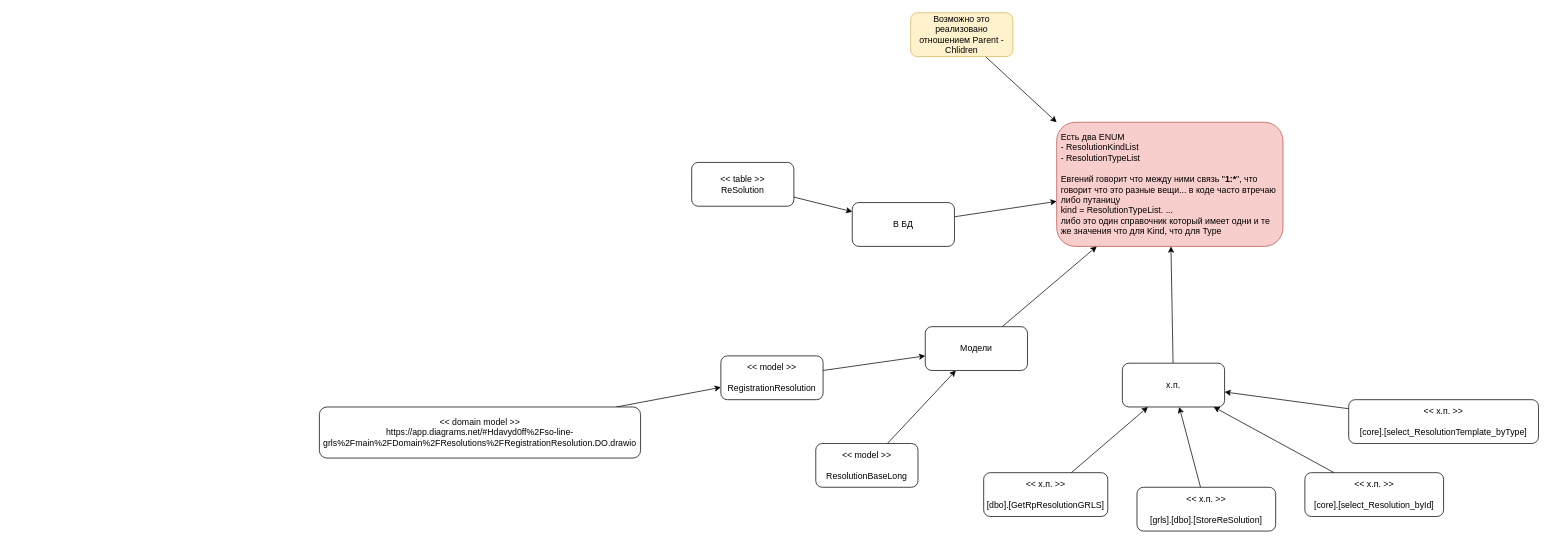
Before: Domain/Resolutions/TypeResolutionVSKindResolution.drawio in davyd0ff/so-line-grls, a draw.io diagram. Source tidied: cells renumbered, new cells numbered last; positions are measured from the earlier drawing's top-left corner, leaving out a move shared by most shapes. Both pictures are drawn from the tidied source at 73%, with x=0, y=0 at pixel (319, 12).
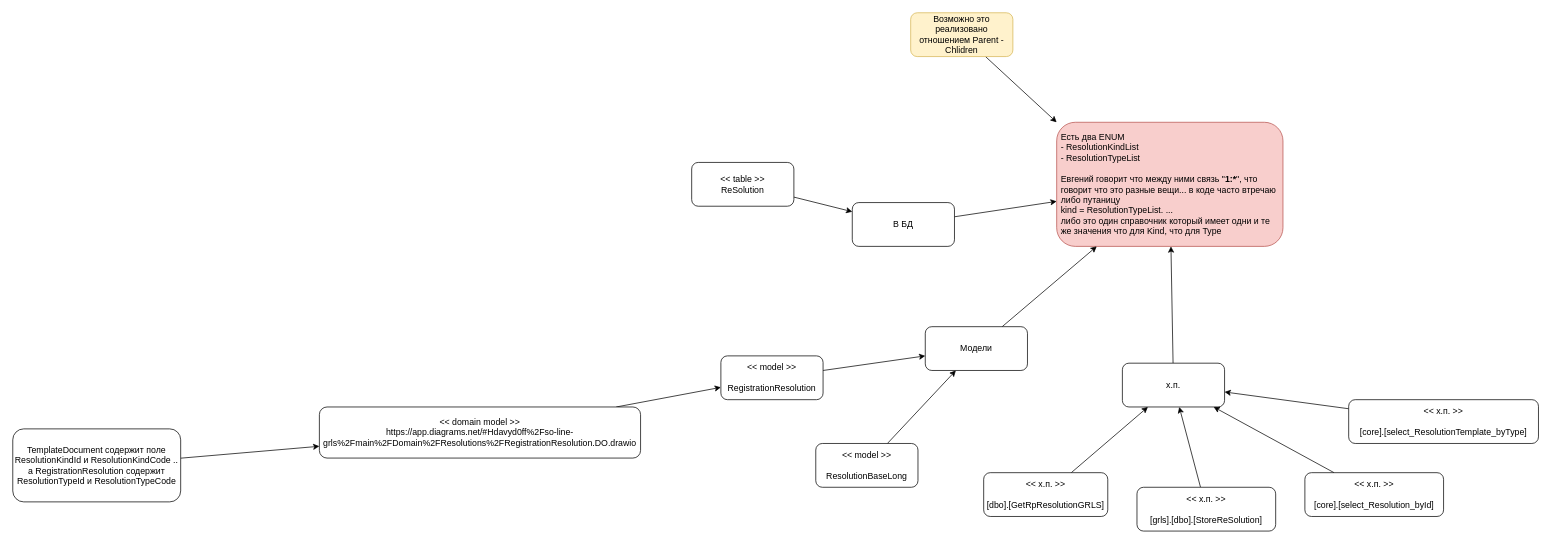
The same page after the edit.

The change refers to these unchanged cells:
```xml
<mxCell id="26" value="&amp;lt;&amp;lt; domain model &amp;gt;&amp;gt;&lt;br&gt;https://app.diagrams.net/#Hdavyd0ff%2Fso-line-grls%2Fmain%2FDomain%2FResolutions%2FRegistrationResolution.DO.drawio" style="rounded=1;whiteSpace=wrap;html=1;" parent="1" vertex="1">
  <mxGeometry y="540" width="440" height="70" as="geometry" />
</mxCell>
```

Diff of the diagram source:
```diff
@@
+    <mxCell id="27" style="edgeStyle=none;rounded=0;jettySize=auto;html=1;" parent="1" edge="1" source="28" target="26">
+      <mxGeometry relative="1" as="geometry" />
+    </mxCell>
+    <mxCell id="28" value="TemplateDocument содержит поле ResolutionKindId и ResolutionKindCode ..&lt;br&gt;а RegistrationResolution содержит ResolutionTypeId и ResolutionTypeCode" style="rounded=1;whiteSpace=wrap;html=1;" parent="1" vertex="1">
+      <mxGeometry x="-420" y="570" width="230" height="100" as="geometry" />
+    </mxCell>
```
